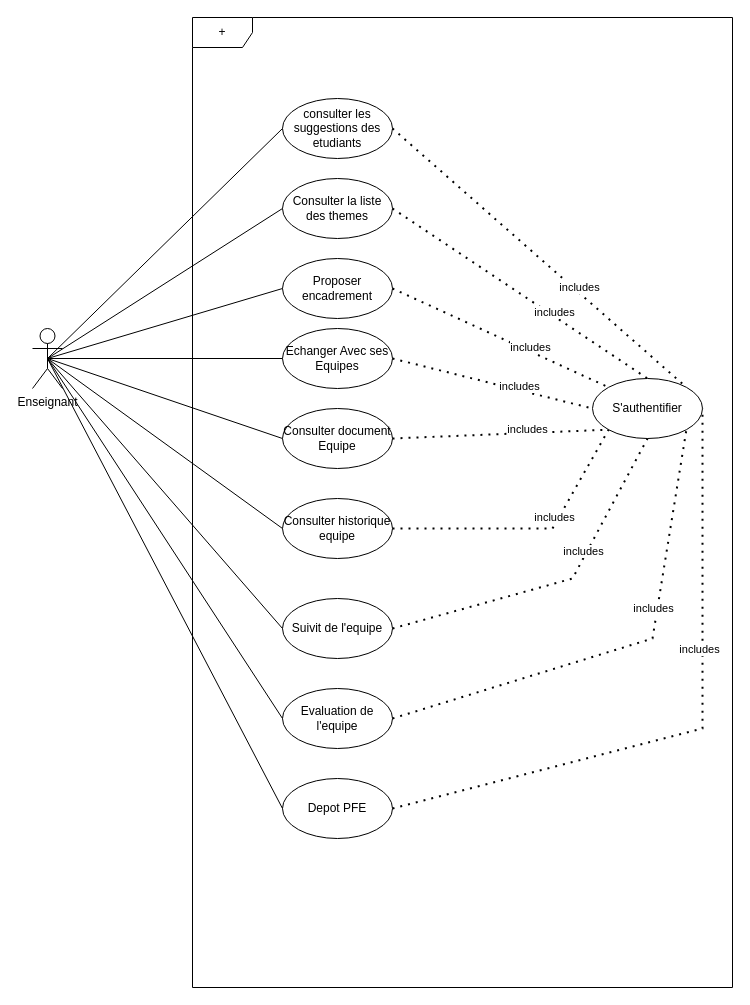
Above: diagrams/useCasesEnseignant.drawio in stormsidali2001/PFE_third_year_school_project_front (draw.io), before the change. Source tidied: cells renumbered, new cells numbered last; positions are measured from the earlier drawing's top-left corner, leaving out a move shared by most shapes. Both pictures are drawn from the tidied source at 100%, with x=0, y=0 at pixel (32, 17).
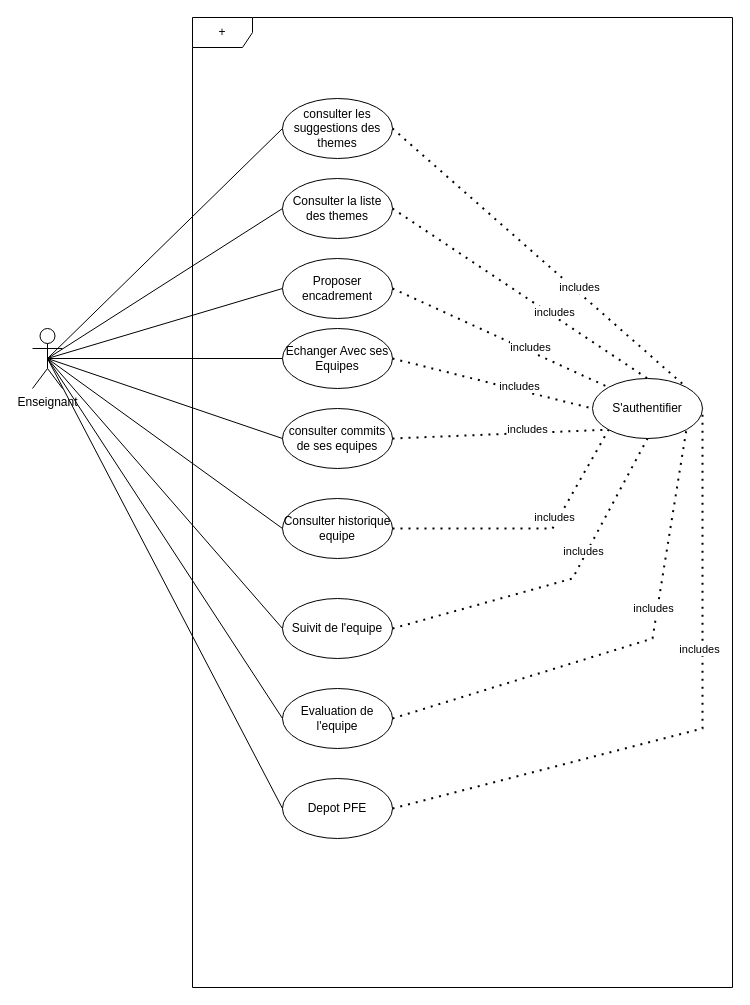
Above is the later version.

Diff of the diagram source:
```diff
@@
-    <mxCell id="4" value="consulter les suggestions des etudiants" style="ellipse;whiteSpace=wrap;html=1;" parent="1" vertex="1">
+    <mxCell id="4" value="consulter les suggestions des themes" style="ellipse;whiteSpace=wrap;html=1;" parent="1" vertex="1">
       <mxGeometry x="250" y="81" width="110" height="60" as="geometry" />
     </mxCell>
@@
-    <mxCell id="11" value="Consulter document Equipe" style="ellipse;whiteSpace=wrap;html=1;" parent="1" vertex="1">
+    <mxCell id="11" value="consulter commits de ses equipes" style="ellipse;whiteSpace=wrap;html=1;" parent="1" vertex="1">
       <mxGeometry x="250" y="391" width="110" height="60" as="geometry" />
     </mxCell>
```
